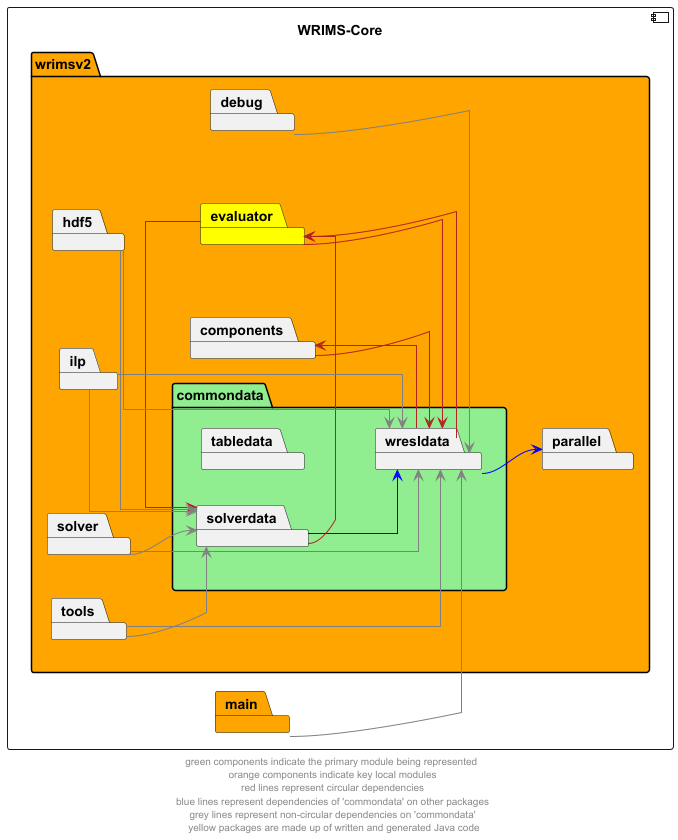
The PlantUML diagram docs/diagrams/wrims-core/wrims-core_commondata.png in CentralValleyModeling/wrims, before a commit.
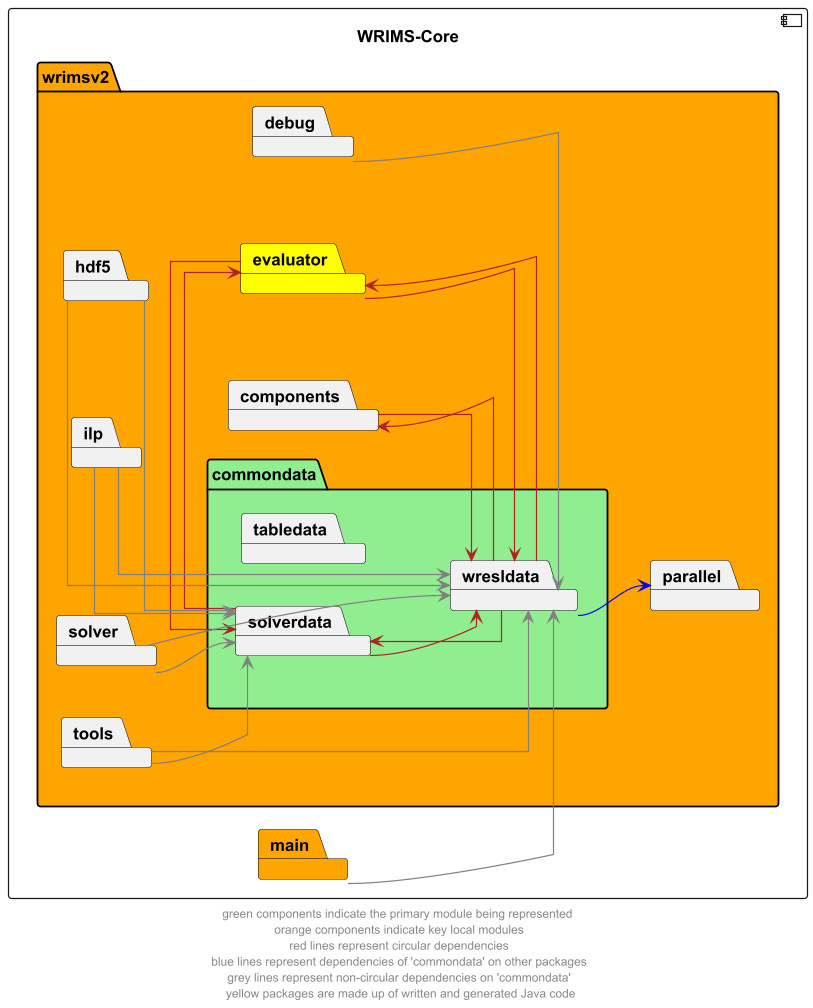
After the change.

The edit, as a diff of the source:
```diff
@@ -26,7 +26,8 @@
 
 wresldata --> parallel #blue
 debug --> wresldata #grey
-solverdata --> wresldata #blue
+wresldata --> solverdata #firebrick
+solverdata --> wresldata #firebrick
 evaluator --> solverdata #firebrick
 solverdata -r-> evaluator #firebrick
 wresldata --> evaluator #firebrick
```
